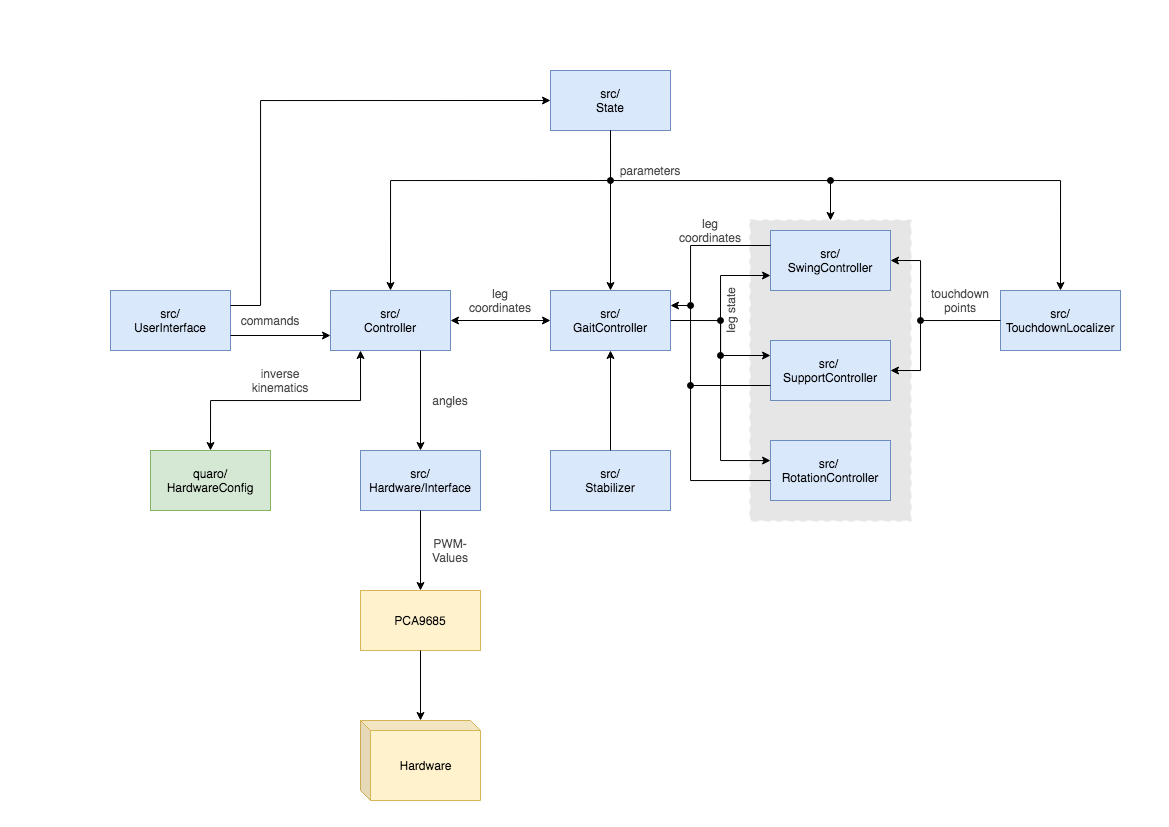
Above: doc/quaro_main_workflow.png in ThomasSchnapka/quaro (draw.io), before the change. Source tidied: cells renumbered, new cells last; positions are measured from the earlier drawing's top-left corner, leaving out a move shared by most shapes.
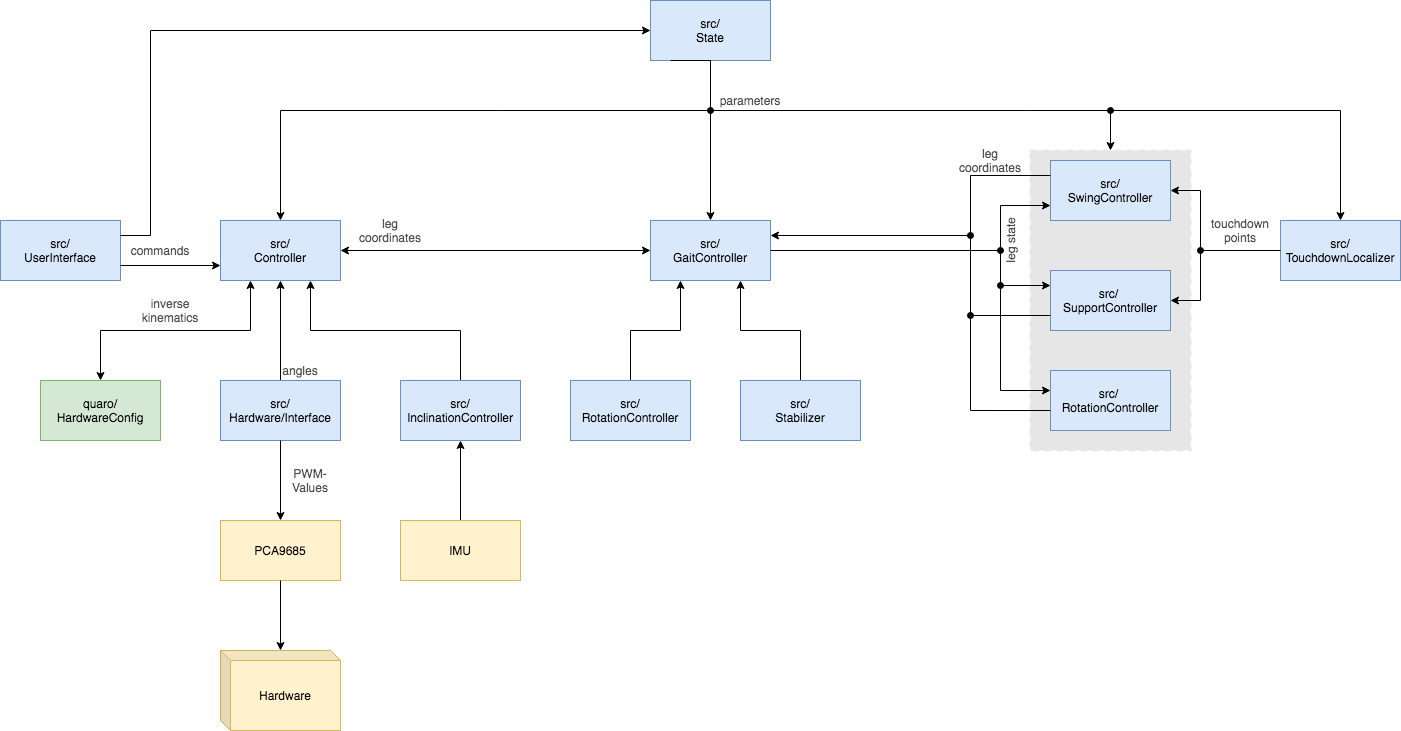
After the commit.

What changed in the source:
```diff
@@ -3,7 +3,7 @@
     <mxCell id="0" />
     <mxCell id="1" parent="0" />
     <mxCell id="2" style="rounded=0;whiteSpace=wrap;html=1;dashed=1;strokeWidth=2;perimeterSpacing=0;glass=0;sketch=0;fontColor=#333333;strokeColor=#E6E6E6;fillColor=#E6E6E6;" parent="1" vertex="1">
-      <mxGeometry x="640" y="150" width="160" height="300" as="geometry" />
+      <mxGeometry x="1030" y="150" width="160" height="300" as="geometry" />
     </mxCell>
     <mxCell id="3" value="src/&lt;br&gt;UserInterface" style="rounded=0;whiteSpace=wrap;html=1;fillColor=#dae8fc;strokeColor=#6c8ebf;" parent="1" vertex="1">
       <mxGeometry y="220" width="120" height="60" as="geometry" />
@@ -12,7 +12,7 @@
       <mxGeometry x="220" y="220" width="120" height="60" as="geometry" />
     </mxCell>
     <mxCell id="5" value="src/&lt;br&gt;GaitController" style="rounded=0;whiteSpace=wrap;html=1;fillColor=#dae8fc;strokeColor=#6c8ebf;" parent="1" vertex="1">
-      <mxGeometry x="440" y="220" width="120" height="60" as="geometry" />
+      <mxGeometry x="650" y="220" width="120" height="60" as="geometry" />
     </mxCell>
     <mxCell id="6" style="endArrow=classic;html=1;exitX=1;exitY=0.75;exitDx=0;exitDy=0;entryX=0;entryY=0.75;entryDx=0;entryDy=0;" parent="1" edge="1" source="3" target="4">
       <mxGeometry relative="1" as="geometry" />
@@ -27,98 +27,98 @@
       <mxGeometry x="140" y="240" width="40" height="20" as="geometry" />
     </mxCell>
     <mxCell id="10" value="src/ &lt;br&gt;SupportController" style="rounded=0;whiteSpace=wrap;html=1;fillColor=#dae8fc;strokeColor=#6c8ebf;" parent="1" vertex="1">
-      <mxGeometry x="660" y="270" width="120" height="60" as="geometry" />
+      <mxGeometry x="1050" y="270" width="120" height="60" as="geometry" />
     </mxCell>
     <mxCell id="11" value="src/&lt;br&gt;SwingController" style="rounded=0;whiteSpace=wrap;html=1;fillColor=#dae8fc;strokeColor=#6c8ebf;" parent="1" vertex="1">
-      <mxGeometry x="660" y="160" width="120" height="60" as="geometry" />
+      <mxGeometry x="1050" y="160" width="120" height="60" as="geometry" />
     </mxCell>
     <mxCell id="12" value="src/ TouchdownLocalizer" style="rounded=0;whiteSpace=wrap;html=1;fillColor=#dae8fc;strokeColor=#6c8ebf;" parent="1" vertex="1">
-      <mxGeometry x="890" y="220" width="120" height="60" as="geometry" />
+      <mxGeometry x="1280" y="220" width="120" height="60" as="geometry" />
     </mxCell>
     <mxCell id="13" style="endArrow=classic;html=1;edgeStyle=orthogonalEdgeStyle;entryX=0;entryY=0.75;entryDx=0;entryDy=0;rounded=0;startArrow=oval;startFill=1;" parent="1" edge="1" target="11">
       <mxGeometry relative="1" as="geometry">
-        <mxPoint x="610" y="250" as="sourcePoint" />
+        <mxPoint x="1000" y="250" as="sourcePoint" />
         <Array as="points">
-          <mxPoint x="610" y="205" />
+          <mxPoint x="1000" y="205" />
         </Array>
       </mxGeometry>
     </mxCell>
     <mxCell id="14" style="endArrow=classic;html=1;edgeStyle=orthogonalEdgeStyle;entryX=0;entryY=0.25;entryDx=0;entryDy=0;rounded=0;startArrow=oval;startFill=1;" parent="1" edge="1" target="10">
       <mxGeometry relative="1" as="geometry">
-        <mxPoint x="610" y="285" as="sourcePoint" />
+        <mxPoint x="1000" y="285" as="sourcePoint" />
         <Array as="points">
-          <mxPoint x="610" y="250" />
-          <mxPoint x="610" y="285" />
+          <mxPoint x="1000" y="250" />
+          <mxPoint x="1000" y="285" />
         </Array>
       </mxGeometry>
     </mxCell>
     <mxCell id="15" style="endArrow=oval;html=1;exitX=0;exitY=0.25;exitDx=0;exitDy=0;edgeStyle=orthogonalEdgeStyle;rounded=0;endFill=1;" parent="1" edge="1" source="11">
       <mxGeometry relative="1" as="geometry">
-        <mxPoint x="580" y="235" as="targetPoint" />
+        <mxPoint x="970" y="235" as="targetPoint" />
         <Array as="points">
-          <mxPoint x="580" y="175" />
-          <mxPoint x="580" y="235" />
+          <mxPoint x="970" y="175" />
+          <mxPoint x="970" y="235" />
         </Array>
       </mxGeometry>
     </mxCell>
     <mxCell id="16" style="endArrow=classic;html=1;entryX=1;entryY=0.5;entryDx=0;entryDy=0;rounded=0;edgeStyle=orthogonalEdgeStyle;startArrow=oval;startFill=1;" parent="1" edge="1" target="10">
       <mxGeometry relative="1" as="geometry">
-        <mxPoint x="810" y="250" as="sourcePoint" />
+        <mxPoint x="1200" y="250" as="sourcePoint" />
         <Array as="points">
-          <mxPoint x="810" y="250" />
-          <mxPoint x="810" y="300" />
+          <mxPoint x="1200" y="250" />
+          <mxPoint x="1200" y="300" />
         </Array>
       </mxGeometry>
     </mxCell>
     <mxCell id="17" style="endArrow=classic;html=1;entryX=1;entryY=0.5;entryDx=0;entryDy=0;rounded=0;edgeStyle=orthogonalEdgeStyle;exitX=0;exitY=0.5;exitDx=0;exitDy=0;" parent="1" edge="1" source="12" target="11">
       <mxGeometry relative="1" as="geometry">
         <Array as="points">
-          <mxPoint x="810" y="250" />
-          <mxPoint x="810" y="190" />
+          <mxPoint x="1200" y="250" />
+          <mxPoint x="1200" y="190" />
         </Array>
       </mxGeometry>
     </mxCell>
+    <mxCell id="19" style="edgeStyle=orthogonalEdgeStyle;rounded=0;jettySize=auto;html=1;exitX=0.5;exitY=0;exitDx=0;exitDy=0;entryX=0.25;entryY=1;entryDx=0;entryDy=0;" parent="1" edge="1" source="18" target="5">
+      <mxGeometry relative="1" as="geometry" />
+    </mxCell>
-    <mxCell id="18" value="src/&lt;br&gt;Stabilizer" style="rounded=0;whiteSpace=wrap;html=1;fillColor=#dae8fc;strokeColor=#6c8ebf;" parent="1" vertex="1">
-      <mxGeometry x="440" y="380" width="120" height="60" as="geometry" />
+    <mxCell id="18" value="src/&lt;br&gt;RotationController" style="rounded=0;whiteSpace=wrap;html=1;fillColor=#dae8fc;strokeColor=#6c8ebf;" parent="1" vertex="1">
+      <mxGeometry x="570" y="380" width="120" height="60" as="geometry" />
     </mxCell>
-    <mxCell id="19" style="endArrow=classic;html=1;exitX=0.5;exitY=0;exitDx=0;exitDy=0;entryX=0.5;entryY=1;entryDx=0;entryDy=0;" parent="1" edge="1" source="18" target="5">
-      <mxGeometry relative="1" as="geometry" />
-    </mxCell>
     <mxCell id="20" value="quaro/&lt;br&gt;HardwareConfig" style="rounded=0;whiteSpace=wrap;html=1;fillColor=#d5e8d4;strokeColor=#82b366;" parent="1" vertex="1">
       <mxGeometry x="40" y="380" width="120" height="60" as="geometry" />
     </mxCell>
+    <mxCell id="45" style="edgeStyle=orthogonalEdgeStyle;rounded=0;jettySize=auto;html=1;exitX=0.5;exitY=0;exitDx=0;exitDy=0;entryX=0.5;entryY=1;entryDx=0;entryDy=0;" parent="1" edge="1" source="21" target="4">
+      <mxGeometry relative="1" as="geometry" />
+    </mxCell>
     <mxCell id="21" value="src/&lt;br&gt;Hardware/Interface" style="rounded=0;whiteSpace=wrap;html=1;fillColor=#dae8fc;strokeColor=#6c8ebf;" parent="1" vertex="1">
-      <mxGeometry x="250" y="380" width="120" height="60" as="geometry" />
+      <mxGeometry x="220" y="380" width="120" height="60" as="geometry" />
     </mxCell>
     <mxCell id="22" value="PCA9685" style="rounded=0;whiteSpace=wrap;html=1;fillColor=#fff2cc;strokeColor=#d6b656;" parent="1" vertex="1">
-      <mxGeometry x="250" y="520" width="120" height="60" as="geometry" />
+      <mxGeometry x="220" y="520" width="120" height="60" as="geometry" />
     </mxCell>
     <mxCell id="23" value="Hardware" style="shape=cube;whiteSpace=wrap;html=1;boundedLbl=1;backgroundOutline=1;darkOpacity=0.05;darkOpacity2=0.1;size=10;fillColor=#fff2cc;strokeColor=#d6b656;" parent="1" vertex="1">
-      <mxGeometry x="250" y="650" width="120" height="80" as="geometry" />
+      <mxGeometry x="220" y="650" width="120" height="80" as="geometry" />
     </mxCell>
     <mxCell id="24" value="src/&lt;br&gt;State" style="rounded=0;whiteSpace=wrap;html=1;fillColor=#dae8fc;strokeColor=#6c8ebf;" parent="1" vertex="1">
-      <mxGeometry x="440" width="120" height="60" as="geometry" />
+      <mxGeometry x="650" width="120" height="60" as="geometry" />
     </mxCell>
     <mxCell id="25" value="leg state" style="text;html=1;strokeColor=none;fillColor=none;align=center;verticalAlign=middle;whiteSpace=wrap;rounded=0;rotation=-90;fontColor=#4D4D4D;" parent="1" vertex="1">
-      <mxGeometry x="590" y="230" width="60" height="20" as="geometry" />
+      <mxGeometry x="980" y="230" width="60" height="20" as="geometry" />
     </mxCell>
     <mxCell id="26" value="leg coordinates" style="text;html=1;strokeColor=none;fillColor=none;align=center;verticalAlign=middle;whiteSpace=wrap;rounded=0;fontColor=#4D4D4D;" parent="1" vertex="1">
-      <mxGeometry x="580" y="150" width="40" height="20" as="geometry" />
+      <mxGeometry x="970" y="150" width="40" height="20" as="geometry" />
     </mxCell>
     <mxCell id="27" value="touchdown&lt;br&gt;points" style="text;html=1;strokeColor=none;fillColor=none;align=center;verticalAlign=middle;whiteSpace=wrap;rounded=0;fontColor=#4D4D4D;" parent="1" vertex="1">
-      <mxGeometry x="830" y="220" width="40" height="20" as="geometry" />
+      <mxGeometry x="1220" y="220" width="40" height="20" as="geometry" />
     </mxCell>
     <mxCell id="28" style="endArrow=classic;html=1;exitX=0.5;exitY=0;exitDx=0;exitDy=0;entryX=0.25;entryY=1;entryDx=0;entryDy=0;startArrow=classic;startFill=1;edgeStyle=orthogonalEdgeStyle;rounded=0;" parent="1" edge="1" source="20" target="4">
       <mxGeometry relative="1" as="geometry" />
     </mxCell>
-    <mxCell id="29" style="endArrow=classic;html=1;exitX=0.75;exitY=1;exitDx=0;exitDy=0;entryX=0.5;entryY=0;entryDx=0;entryDy=0;" parent="1" edge="1" source="4" target="21">
-      <mxGeometry relative="1" as="geometry" />
-    </mxCell>
     <mxCell id="30" value="inverse&lt;br&gt;kinematics" style="text;html=1;strokeColor=none;fillColor=none;align=center;verticalAlign=middle;whiteSpace=wrap;rounded=0;fontColor=#4D4D4D;" parent="1" vertex="1">
       <mxGeometry x="150" y="300" width="40" height="20" as="geometry" />
     </mxCell>
     <mxCell id="31" value="angles" style="text;html=1;strokeColor=none;fillColor=none;align=center;verticalAlign=middle;whiteSpace=wrap;rounded=0;fontColor=#4D4D4D;" parent="1" vertex="1">
-      <mxGeometry x="320" y="320" width="40" height="20" as="geometry" />
+      <mxGeometry x="280" y="360" width="40" height="20" as="geometry" />
     </mxCell>
     <mxCell id="32" style="endArrow=classic;html=1;exitX=0.5;exitY=1;exitDx=0;exitDy=0;entryX=0.5;entryY=0;entryDx=0;entryDy=0;" parent="1" edge="1" source="21" target="22">
       <mxGeometry relative="1" as="geometry" />
@@ -127,19 +127,20 @@
       <mxGeometry relative="1" as="geometry" />
     </mxCell>
     <mxCell id="34" value="PWM-Values" style="text;html=1;strokeColor=none;fillColor=none;align=center;verticalAlign=middle;whiteSpace=wrap;rounded=0;fontColor=#4D4D4D;" parent="1" vertex="1">
-      <mxGeometry x="320" y="470" width="40" height="20" as="geometry" />
+      <mxGeometry x="290" y="470" width="40" height="20" as="geometry" />
     </mxCell>
     <mxCell id="35" style="endArrow=classic;html=1;rounded=0;edgeStyle=orthogonalEdgeStyle;entryX=0.5;entryY=0;entryDx=0;entryDy=0;startArrow=oval;startFill=1;" parent="1" edge="1" target="2">
       <mxGeometry relative="1" as="geometry">
-        <mxPoint x="720" y="110" as="sourcePoint" />
+        <mxPoint x="1110" y="110" as="sourcePoint" />
       </mxGeometry>
     </mxCell>
     <mxCell id="36" style="endArrow=classic;html=1;rounded=0;edgeStyle=orthogonalEdgeStyle;entryX=0.5;entryY=0;entryDx=0;entryDy=0;" parent="1" edge="1" target="12">
       <mxGeometry relative="1" as="geometry">
-        <mxPoint x="500" y="60" as="sourcePoint" />
+        <mxPoint x="670" y="60" as="sourcePoint" />
         <Array as="points">
-          <mxPoint x="500" y="110" />
-          <mxPoint x="950" y="110" />
+          <mxPoint x="710" y="60" />
+          <mxPoint x="710" y="110" />
+          <mxPoint x="1340" y="110" />
         </Array>
       </mxGeometry>
     </mxCell>
@@ -148,7 +149,7 @@
     </mxCell>
     <mxCell id="38" style="endArrow=classic;html=1;rounded=0;edgeStyle=orthogonalEdgeStyle;entryX=0.5;entryY=0;entryDx=0;entryDy=0;startArrow=oval;startFill=1;" parent="1" edge="1" target="4">
       <mxGeometry relative="1" as="geometry">
-        <mxPoint x="500" y="110" as="sourcePoint" />
+        <mxPoint x="710" y="110" as="sourcePoint" />
         <Array as="points">
           <mxPoint x="500" y="110" />
           <mxPoint x="280" y="110" />
@@ -164,33 +165,51 @@
       </mxGeometry>
     </mxCell>
     <mxCell id="40" value="parameters" style="text;html=1;strokeColor=none;fillColor=none;align=center;verticalAlign=middle;whiteSpace=wrap;rounded=0;fontColor=#4D4D4D;" parent="1" vertex="1">
-      <mxGeometry x="520" y="90" width="40" height="20" as="geometry" />
+      <mxGeometry x="730" y="90" width="40" height="20" as="geometry" />
     </mxCell>
     <mxCell id="41" value="src/ &lt;br&gt;RotationController" style="rounded=0;whiteSpace=wrap;html=1;fillColor=#dae8fc;strokeColor=#6c8ebf;" parent="1" vertex="1">
-      <mxGeometry x="660" y="370" width="120" height="60" as="geometry" />
+      <mxGeometry x="1050" y="370" width="120" height="60" as="geometry" />
     </mxCell>
     <mxCell id="42" style="endArrow=classic;html=1;edgeStyle=orthogonalEdgeStyle;rounded=0;exitX=1;exitY=0.5;exitDx=0;exitDy=0;" parent="1" edge="1" source="5">
       <mxGeometry relative="1" as="geometry">
-        <mxPoint x="660" y="390" as="targetPoint" />
+        <mxPoint x="1050" y="390" as="targetPoint" />
         <Array as="points">
-          <mxPoint x="610" y="250" />
-          <mxPoint x="610" y="390" />
-          <mxPoint x="660" y="390" />
+          <mxPoint x="1000" y="250" />
+          <mxPoint x="1000" y="390" />
+          <mxPoint x="1050" y="390" />
         </Array>
       </mxGeometry>
     </mxCell>
     <mxCell id="43" style="endArrow=classic;html=1;entryX=1;entryY=0.25;entryDx=0;entryDy=0;rounded=0;edgeStyle=orthogonalEdgeStyle;exitX=0;exitY=0.667;exitDx=0;exitDy=0;exitPerimeter=0;" parent="1" edge="1" source="41" target="5">
       <mxGeometry relative="1" as="geometry">
         <Array as="points">
-          <mxPoint x="580" y="410" />
-          <mxPoint x="580" y="235" />
+          <mxPoint x="970" y="410" />
+          <mxPoint x="970" y="235" />
         </Array>
       </mxGeometry>
     </mxCell>
     <mxCell id="44" style="endArrow=oval;html=1;exitX=0;exitY=0.75;exitDx=0;exitDy=0;startArrow=none;startFill=0;endFill=1;" parent="1" edge="1" source="10">
       <mxGeometry relative="1" as="geometry">
-        <mxPoint x="580" y="315" as="targetPoint" />
+        <mxPoint x="970" y="315" as="targetPoint" />
       </mxGeometry>
     </mxCell>
+    <mxCell id="46" style="edgeStyle=orthogonalEdgeStyle;rounded=0;jettySize=auto;html=1;exitX=0.5;exitY=0;exitDx=0;exitDy=0;entryX=0.75;entryY=1;entryDx=0;entryDy=0;" parent="1" edge="1" source="47" target="5">
+      <mxGeometry relative="1" as="geometry" />
+    </mxCell>
+    <mxCell id="47" value="src/&lt;br&gt;Stabilizer" style="rounded=0;whiteSpace=wrap;html=1;fillColor=#dae8fc;strokeColor=#6c8ebf;" parent="1" vertex="1">
+      <mxGeometry x="740" y="380" width="120" height="60" as="geometry" />
+    </mxCell>
+    <mxCell id="48" style="edgeStyle=orthogonalEdgeStyle;rounded=0;jettySize=auto;html=1;exitX=0.5;exitY=0;exitDx=0;exitDy=0;entryX=0.75;entryY=1;entryDx=0;entryDy=0;" parent="1" edge="1" source="49" target="4">
+      <mxGeometry relative="1" as="geometry" />
+    </mxCell>
+    <mxCell id="49" value="src/&lt;br&gt;InclinationController" style="rounded=0;whiteSpace=wrap;html=1;fillColor=#dae8fc;strokeColor=#6c8ebf;" parent="1" vertex="1">
+      <mxGeometry x="400" y="380" width="120" height="60" as="geometry" />
+    </mxCell>
+    <mxCell id="50" style="edgeStyle=orthogonalEdgeStyle;rounded=0;jettySize=auto;html=1;exitX=0.5;exitY=0;exitDx=0;exitDy=0;entryX=0.5;entryY=1;entryDx=0;entryDy=0;" parent="1" edge="1" source="51" target="49">
+      <mxGeometry relative="1" as="geometry" />
+    </mxCell>
+    <mxCell id="51" value="IMU" style="rounded=0;whiteSpace=wrap;html=1;fillColor=#fff2cc;strokeColor=#d6b656;" parent="1" vertex="1">
+      <mxGeometry x="400" y="520" width="120" height="60" as="geometry" />
+    </mxCell>
   </root>
 </mxGraphModel>
```
